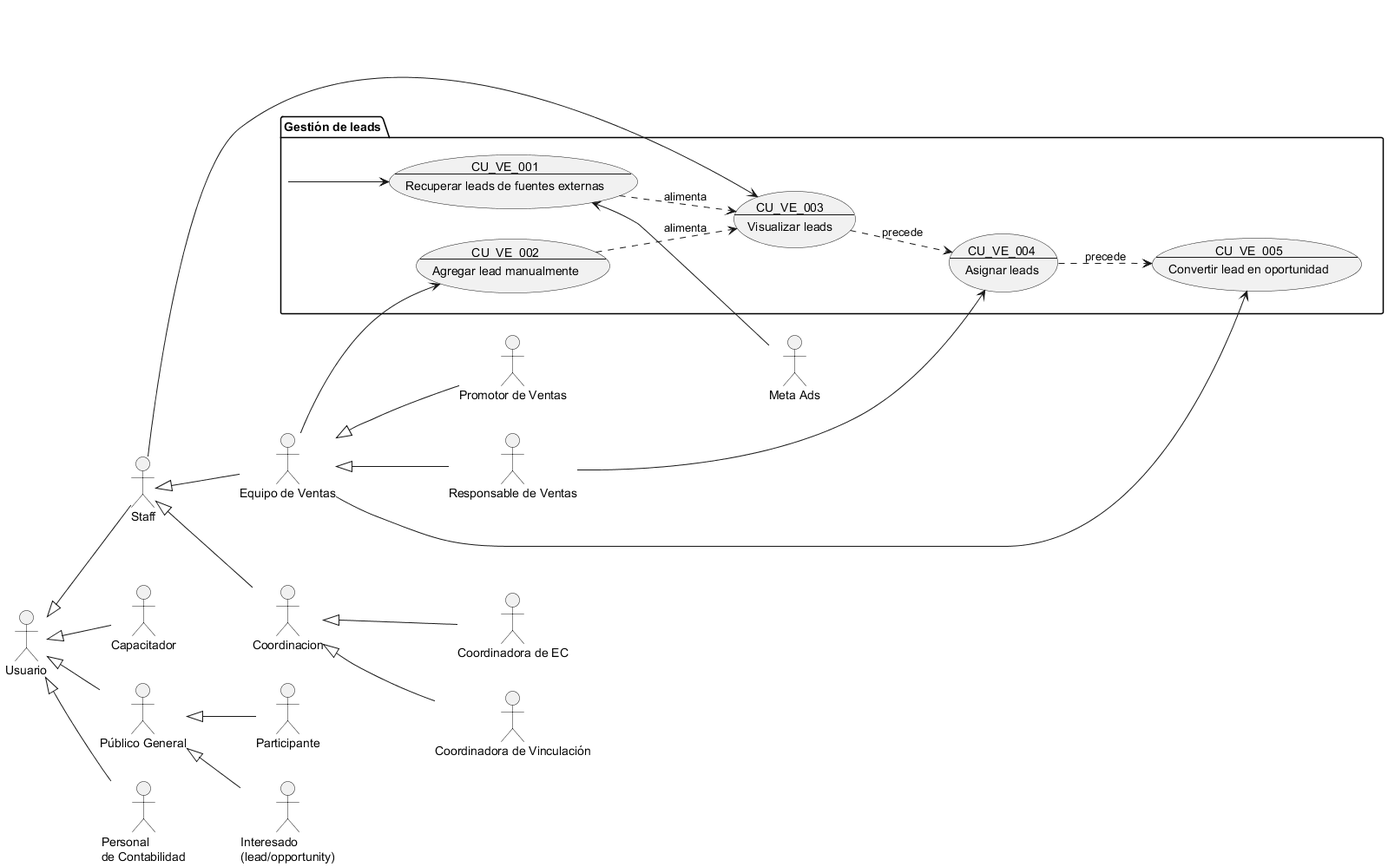
Before: Docs/Requerimientos/Diagramas/img/Gestión de Leads.png, a diagram exported from PlantUML (Proyectos-Vinculacion-FMAT/ECFCA). The source it was exported from:
```plantuml
@startuml Gestión de Leads

!include Actores.puml

package "Gestión de leads" as gestion_leads {
    usecase CU_VE_001 as "
    CU_VE_001
    ---
    Recuperar leads de fuentes externas"
    usecase CU_VE_002 as "
    CU_VE_002
    ---
    Agregar lead manualmente"

    usecase CU_VE_003 as "
    CU_VE_003
    ---
    Visualizar leads"
    usecase CU_VE_004 as "
    CU_VE_004
    ---
    Asignar leads"

    usecase CU_VE_005 as "
    CU_VE_005
    ---
    Convertir lead en oportunidad"
}

gestion_leads --> CU_VE_001
CU_VE_001  <--  MetaAds

equipo_ventas --> CU_VE_002
Staff --> CU_VE_003
responsable_ventas --> CU_VE_004

equipo_ventas --> CU_VE_005

CU_VE_001 ..> CU_VE_003 : alimenta
CU_VE_002 ..> CU_VE_003 : alimenta
CU_VE_003 ..> CU_VE_004 : precede
CU_VE_004 ..> CU_VE_005 : precede

@enduml
```
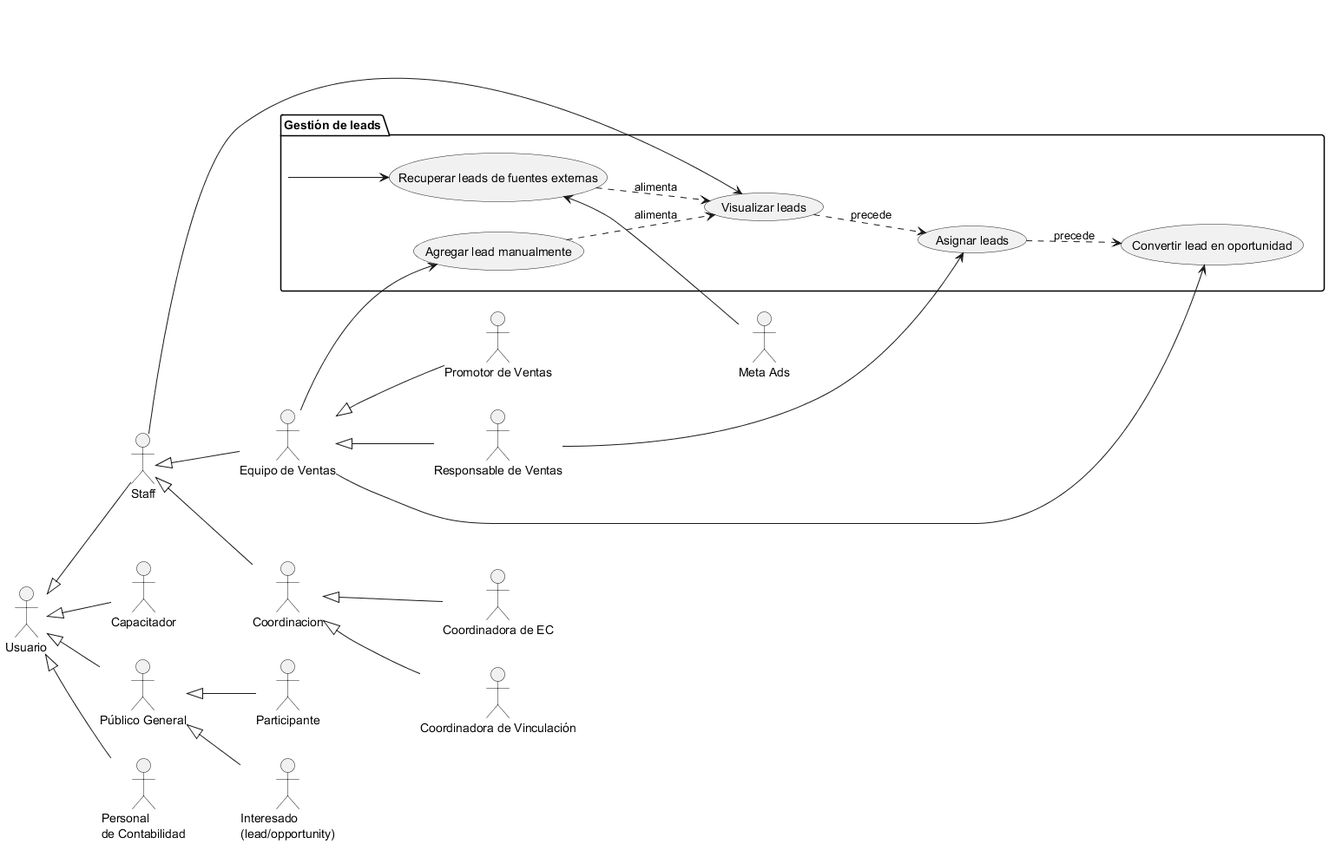
Later version of the same file.

Diff of the diagram source:
```diff
@@ -3,28 +3,13 @@
 !include Actores.puml
 
 package "Gestión de leads" as gestion_leads {
-    usecase CU_VE_001 as "
-    CU_VE_001
-    ---
-    Recuperar leads de fuentes externas"
-    usecase CU_VE_002 as "
-    CU_VE_002
-    ---
-    Agregar lead manualmente"
+    usecase CU_VE_001 as "Recuperar leads de fuentes externas"
+    usecase CU_VE_002 as "Agregar lead manualmente"
 
-    usecase CU_VE_003 as "
-    CU_VE_003
-    ---
-    Visualizar leads"
-    usecase CU_VE_004 as "
-    CU_VE_004
-    ---
-    Asignar leads"
+    usecase CU_VE_003 as "Visualizar leads"
+    usecase CU_VE_004 as "Asignar leads"
 
-    usecase CU_VE_005 as "
-    CU_VE_005
-    ---
-    Convertir lead en oportunidad"
+    usecase CU_VE_005 as "Convertir lead en oportunidad"
 }
 
 gestion_leads --> CU_VE_001
```
